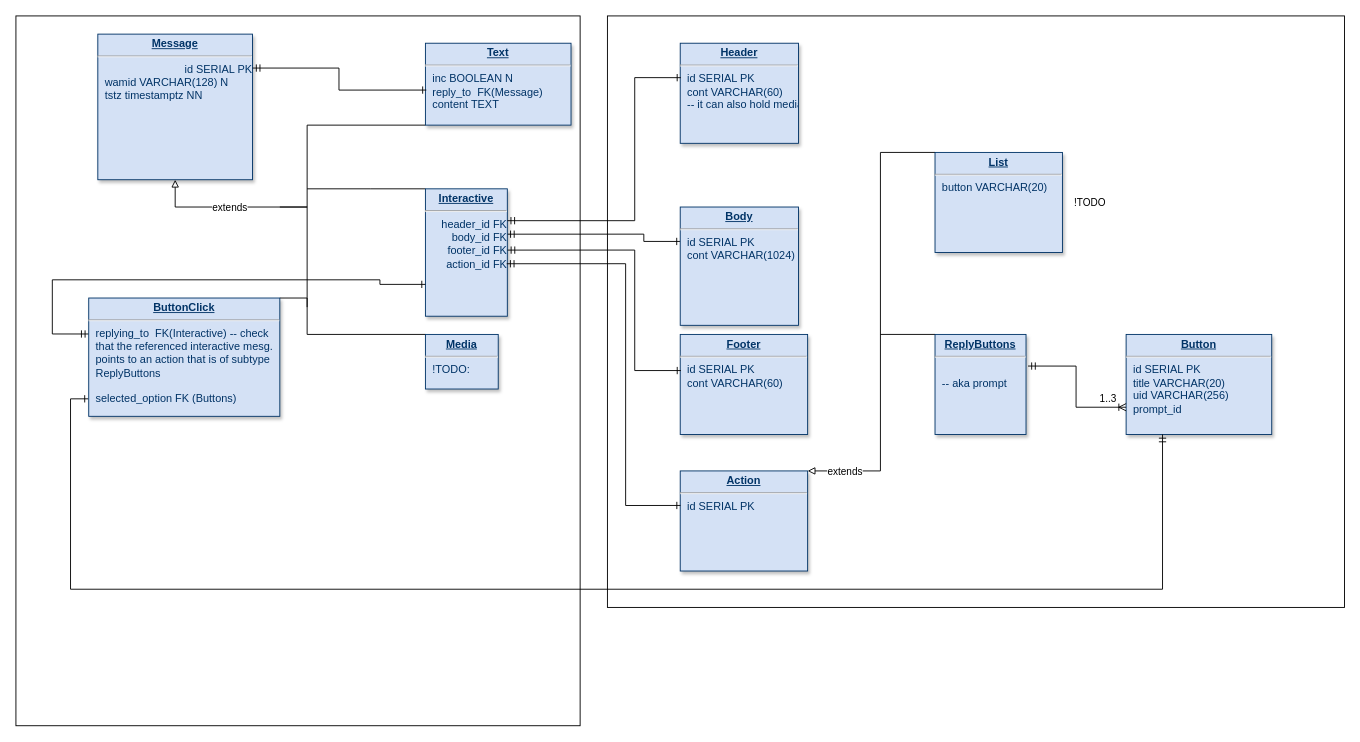
This is schema.drawio from sai-kalai/liftbot, a draw.io file, before an edit. Source tidied: cells renumbered, new cells numbered last; positions are measured from the earlier drawing's top-left corner, leaving out a move shared by most shapes. Both pictures are drawn from the tidied source at 91%, with x=0, y=0 at pixel (15, 15).
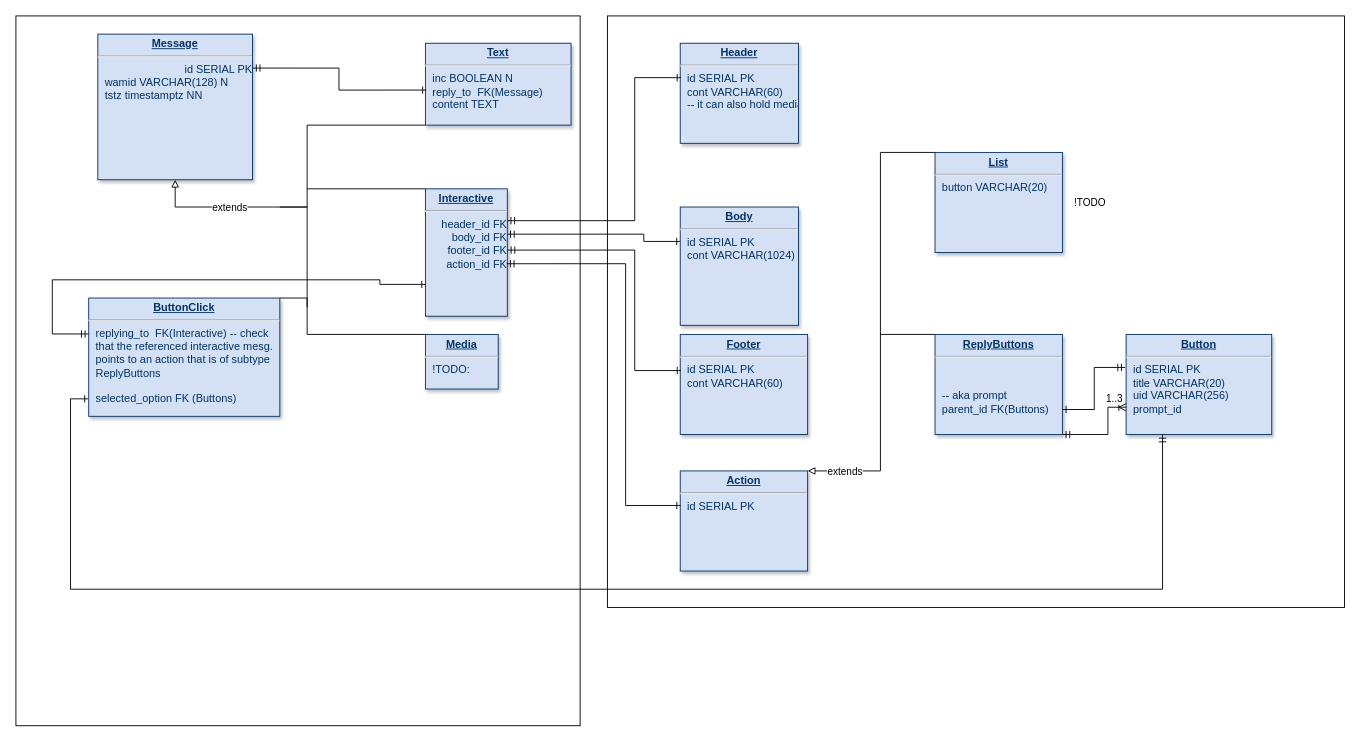
After the change.

Unchanged cells that the change refers to:
```xml
<mxCell id="27" value="&lt;p style=&quot;margin: 0px; margin-top: 4px; text-align: center; text-decoration: underline;&quot;&gt;&lt;strong&gt;Button&lt;/strong&gt;&lt;/p&gt;&lt;hr&gt;&lt;p style=&quot;margin: 0px; margin-left: 8px;&quot;&gt;id SERIAL PK&lt;/p&gt;&lt;p style=&quot;margin: 0px; margin-left: 8px;&quot;&gt;title VARCHAR(20)&lt;br&gt;&lt;/p&gt;&lt;p style=&quot;margin: 0px; margin-left: 8px;&quot;&gt;uid VARCHAR(256)&lt;/p&gt;&lt;p style=&quot;margin: 0px; margin-left: 8px;&quot;&gt;prompt_id&lt;br&gt;&lt;/p&gt;&lt;br&gt;&lt;p style=&quot;margin: 0px; margin-left: 8px;&quot;&gt;&lt;br&gt;&lt;/p&gt;" style="verticalAlign=top;align=left;overflow=fill;fontSize=12;fontFamily=Helvetica;html=1;strokeColor=#003366;shadow=1;fillColor=#D4E1F5;fontColor=#003366;" parent="1" vertex="1">
  <mxGeometry x="1220" y="350" width="160" height="110" as="geometry" />
</mxCell>
```

What changed in the source:
```diff
@@
-    <mxCell id="25" value="&lt;p style=&quot;margin: 0px; margin-top: 4px; text-align: center; text-decoration: underline;&quot;&gt;&lt;strong&gt;ReplyButtons&lt;/strong&gt;&lt;/p&gt;&lt;hr&gt;&lt;br&gt;&lt;p style=&quot;margin: 0px; margin-left: 8px;&quot;&gt;-- aka prompt&lt;br&gt;&lt;/p&gt;&lt;br&gt;&lt;p style=&quot;margin: 0px; margin-left: 8px;&quot;&gt;&lt;br&gt;&lt;/p&gt;" style="verticalAlign=top;align=left;overflow=fill;fontSize=12;fontFamily=Helvetica;html=1;strokeColor=#003366;shadow=1;fillColor=#D4E1F5;fontColor=#003366;" parent="1" vertex="1">
-      <mxGeometry x="1010" y="350" width="100" height="110" as="geometry" />
+    <mxCell id="25" value="&lt;p style=&quot;margin: 0px; margin-top: 4px; text-align: center; text-decoration: underline;&quot;&gt;&lt;strong&gt;ReplyButtons&lt;/strong&gt;&lt;/p&gt;&lt;hr&gt;&lt;br&gt;&lt;p style=&quot;margin: 0px; margin-left: 8px;&quot;&gt;&lt;br&gt;&lt;/p&gt;&lt;p style=&quot;margin: 0px; margin-left: 8px;&quot;&gt;-- aka prompt&lt;/p&gt;&lt;p style=&quot;margin: 0px; margin-left: 8px;&quot;&gt;parent_id FK(Buttons)&lt;br&gt;&lt;/p&gt;&lt;br&gt;&lt;p style=&quot;margin: 0px; margin-left: 8px;&quot;&gt;&lt;br&gt;&lt;/p&gt;" style="verticalAlign=top;align=left;overflow=fill;fontSize=12;fontFamily=Helvetica;html=1;strokeColor=#003366;shadow=1;fillColor=#D4E1F5;fontColor=#003366;" parent="1" vertex="1">
+      <mxGeometry x="1010" y="350" width="140" height="110" as="geometry" />
     </mxCell>
@@
-    <mxCell id="28" style="edgeStyle=orthogonalEdgeStyle;rounded=0;jettySize=auto;html=1;entryX=1.022;entryY=0.316;entryDx=0;entryDy=0;entryPerimeter=0;strokeColor=default;align=center;verticalAlign=middle;fontFamily=Helvetica;fontSize=11;fontColor=default;labelBackgroundColor=default;startArrow=ERoneToMany;startFill=0;endArrow=ERmandOne;endFill=0;" parent="1" edge="1" source="27" target="25">
+    <mxCell id="28" style="edgeStyle=orthogonalEdgeStyle;rounded=0;jettySize=auto;html=1;entryX=1;entryY=1;entryDx=0;entryDy=0;strokeColor=default;align=center;verticalAlign=middle;fontFamily=Helvetica;fontSize=11;fontColor=default;labelBackgroundColor=default;startArrow=ERoneToMany;startFill=0;endArrow=ERmandOne;endFill=0;" parent="1" edge="1" source="27" target="25">
       <mxGeometry relative="1" as="geometry">
         <Array as="points">
-          <mxPoint x="1165" y="430" />
-          <mxPoint x="1165" y="385" />
+          <mxPoint x="1200" y="430" />
+          <mxPoint x="1200" y="460" />
         </Array>
       </mxGeometry>
     </mxCell>
@@
+    <mxCell id="34" style="edgeStyle=orthogonalEdgeStyle;rounded=0;jettySize=auto;html=1;exitX=1;exitY=0.75;exitDx=0;exitDy=0;entryX=-0.007;entryY=0.33;entryDx=0;entryDy=0;entryPerimeter=0;strokeColor=default;align=center;verticalAlign=middle;fontFamily=Helvetica;fontSize=11;fontColor=default;labelBackgroundColor=default;startArrow=ERone;startFill=0;endArrow=ERmandOne;endFill=0;" parent="1" edge="1" source="25" target="27">
+      <mxGeometry relative="1" as="geometry" />
+    </mxCell>
```
